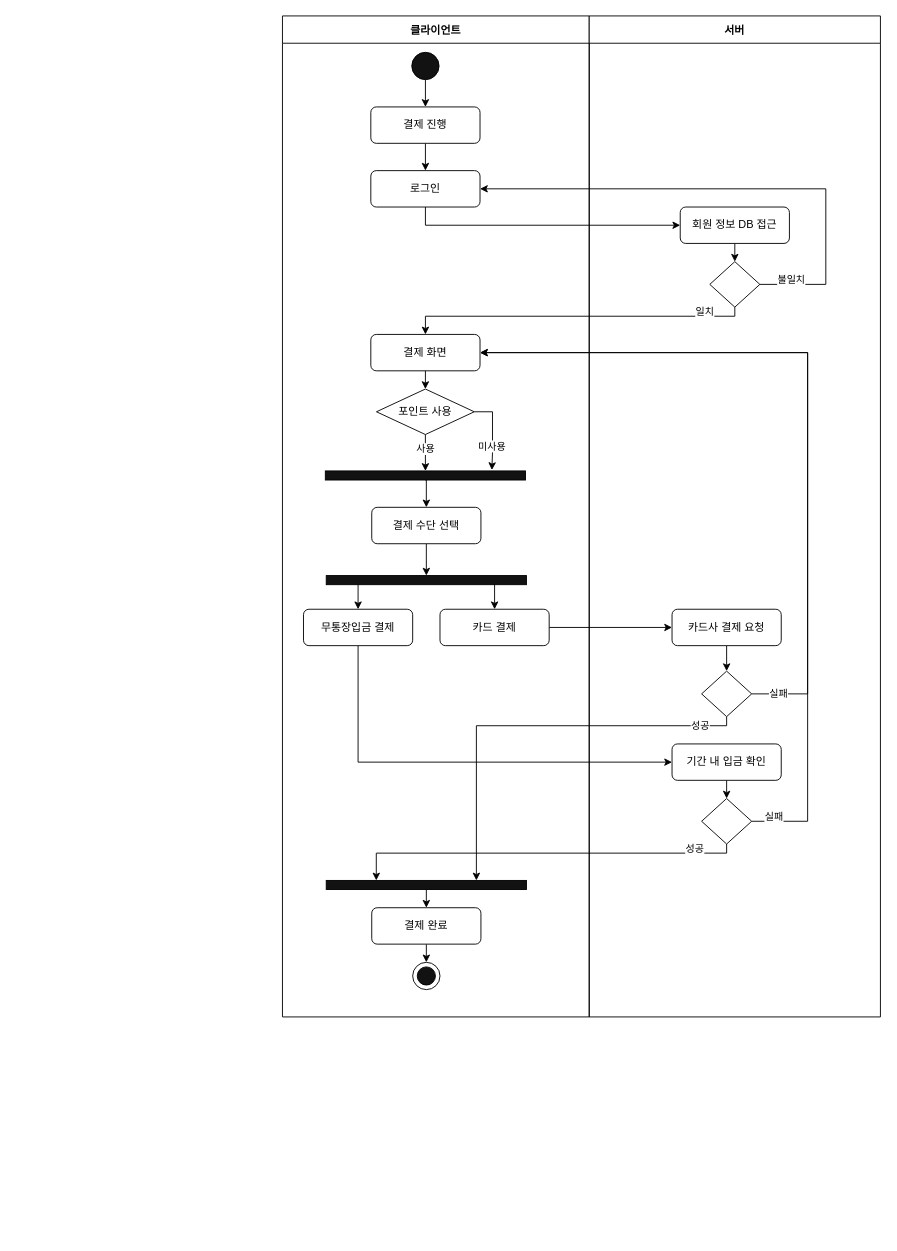
VegetableKim/- keeps this draw.io diagram as 활동다이어그램-결제.drawio. Above is the earlier version. Source tidied: cells renumbered, new cells numbered last; positions are measured from the earlier drawing's top-left corner, leaving out a move shared by most shapes. Both pictures are drawn from the tidied source at 91%, with x=0, y=0 at pixel (282, 15).
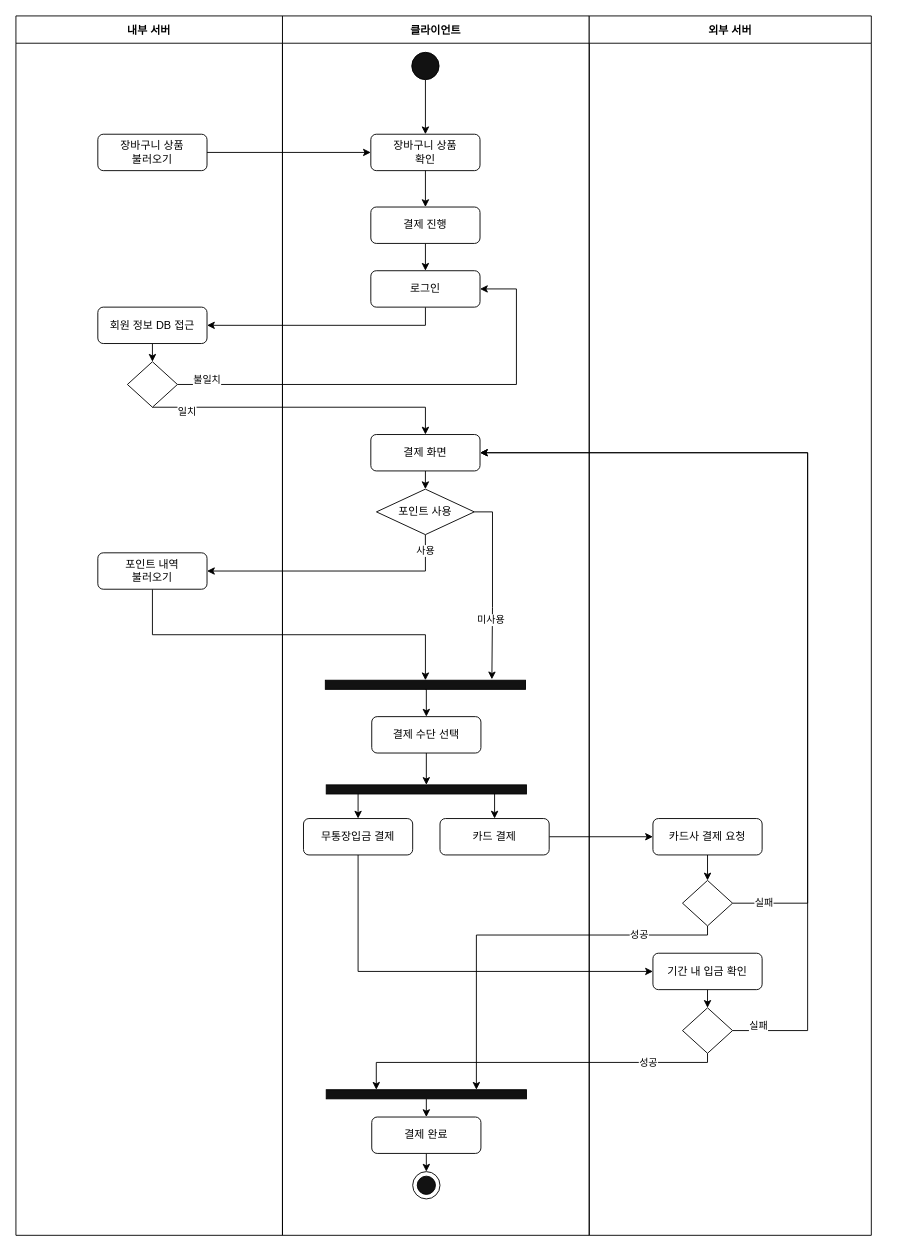
The same page after the edit.

Commit message:
활동다이어그램-결제.drawio 업데이트

Unchanged cells that the change refers to:
```xml
<mxCell id="3" style="ellipse;whiteSpace=wrap;html=1;fillColor=#121212;" parent="1" vertex="1">
  <mxGeometry x="142" y="40" width="30" height="30" as="geometry" />
</mxCell>
```

The edit, as a diff of the source:
```diff
@@
-    <mxCell id="2" style="edgeStyle=orthogonalEdgeStyle;rounded=0;jettySize=auto;html=1;exitX=0.5;exitY=1;exitDx=0;exitDy=0;entryX=0.5;entryY=0;entryDx=0;entryDy=0;" parent="1" edge="1" source="3" target="5">
-      <mxGeometry relative="1" as="geometry" />
-    </mxCell>
+    <mxCell id="47" style="edgeStyle=orthogonalEdgeStyle;rounded=0;jettySize=auto;html=1;exitX=0.5;exitY=1;exitDx=0;exitDy=0;entryX=0.5;entryY=0;entryDx=0;entryDy=0;" parent="1" edge="1" source="3" target="48">
+      <mxGeometry relative="1" as="geometry" />
+    </mxCell>
@@
     <mxCell id="5" value="결제 진행" style="rounded=1;whiteSpace=wrap;html=1;" parent="1" vertex="1">
-      <mxGeometry x="97" y="100" width="120" height="40" as="geometry" />
+      <mxGeometry x="97" y="210" width="120" height="40" as="geometry" />
     </mxCell>
-    <mxCell id="6" style="edgeStyle=orthogonalEdgeStyle;rounded=0;jettySize=auto;html=1;exitX=0.5;exitY=1;exitDx=0;exitDy=0;entryX=0;entryY=0.5;entryDx=0;entryDy=0;" parent="1" edge="1" source="7" target="9">
+    <mxCell id="6" style="edgeStyle=orthogonalEdgeStyle;rounded=0;jettySize=auto;html=1;exitX=0.5;exitY=1;exitDx=0;exitDy=0;entryX=1;entryY=0.5;entryDx=0;entryDy=0;" parent="1" edge="1" source="7" target="9">
       <mxGeometry relative="1" as="geometry" />
     </mxCell>
     <mxCell id="7" value="로그인" style="rounded=1;whiteSpace=wrap;html=1;" parent="1" vertex="1">
-      <mxGeometry x="97" y="170" width="120" height="40" as="geometry" />
+      <mxGeometry x="97" y="280" width="120" height="40" as="geometry" />
     </mxCell>
@@
     <mxCell id="9" value="회원 정보 DB 접근" style="rounded=1;whiteSpace=wrap;html=1;" parent="1" vertex="1">
-      <mxGeometry x="437" y="210" width="120" height="40" as="geometry" />
+      <mxGeometry x="-203" y="320" width="120" height="40" as="geometry" />
     </mxCell>
     <mxCell id="10" value="불일치" style="edgeStyle=orthogonalEdgeStyle;rounded=0;jettySize=auto;html=1;exitX=1;exitY=0.5;exitDx=0;exitDy=0;entryX=1;entryY=0.5;entryDx=0;entryDy=0;" parent="1" edge="1" source="12" target="7">
       <mxGeometry x="-0.88" y="5" relative="1" as="geometry">
         <Array as="points">
-          <mxPoint x="597" y="295" />
-          <mxPoint x="597" y="190" />
+          <mxPoint x="257" y="405" />
+          <mxPoint x="257" y="300" />
         </Array>
         <mxPoint x="1" as="offset" />
       </mxGeometry>
     </mxCell>
     <mxCell id="11" value="일치" style="edgeStyle=orthogonalEdgeStyle;rounded=0;jettySize=auto;html=1;exitX=0.5;exitY=1;exitDx=0;exitDy=0;entryX=0.5;entryY=0;entryDx=0;entryDy=0;" parent="1" edge="1" source="12" target="14">
       <mxGeometry x="-0.77" y="-5" relative="1" as="geometry">
         <Array as="points">
-          <mxPoint x="497" y="330" />
-          <mxPoint x="157" y="330" />
+          <mxPoint x="157" y="430" />
         </Array>
       </mxGeometry>
     </mxCell>
     <mxCell id="12" style="rhombus;whiteSpace=wrap;html=1;" parent="1" vertex="1">
-      <mxGeometry x="469.5" y="270" width="55" height="50" as="geometry" />
+      <mxGeometry x="-170.5" y="380" width="55" height="50" as="geometry" />
     </mxCell>
@@
     <mxCell id="14" value="결제 화면" style="rounded=1;whiteSpace=wrap;html=1;" parent="1" vertex="1">
-      <mxGeometry x="97" y="350" width="120" height="40" as="geometry" />
+      <mxGeometry x="97" y="460" width="120" height="40" as="geometry" />
     </mxCell>
@@
     <mxCell id="16" value="결제 수단 선택" style="rounded=1;whiteSpace=wrap;html=1;" parent="1" vertex="1">
-      <mxGeometry x="98" y="540" width="120" height="40" as="geometry" />
+      <mxGeometry x="98" y="770" width="120" height="40" as="geometry" />
     </mxCell>
@@
     <mxCell id="18" value="카드사 결제 요청" style="rounded=1;whiteSpace=wrap;html=1;" parent="1" vertex="1">
-      <mxGeometry x="428" y="652" width="120" height="40" as="geometry" />
+      <mxGeometry x="407" y="882" width="120" height="40" as="geometry" />
     </mxCell>
@@
     <mxCell id="20" value="카드 결제" style="rounded=1;whiteSpace=wrap;html=1;" parent="1" vertex="1">
-      <mxGeometry x="173" y="652" width="120" height="40" as="geometry" />
+      <mxGeometry x="173" y="882" width="120" height="40" as="geometry" />
     </mxCell>
@@
     <mxCell id="22" value="무통장입금 결제" style="rounded=1;whiteSpace=wrap;html=1;" parent="1" vertex="1">
-      <mxGeometry x="23" y="652" width="120" height="40" as="geometry" />
+      <mxGeometry x="23" y="882" width="120" height="40" as="geometry" />
     </mxCell>
     <mxCell id="23" value="실패" style="edgeStyle=orthogonalEdgeStyle;rounded=0;jettySize=auto;html=1;exitX=1;exitY=0.5;exitDx=0;exitDy=0;entryX=1;entryY=0.5;entryDx=0;entryDy=0;" parent="1" edge="1" source="25" target="14">
       <mxGeometry x="-0.93" relative="1" as="geometry">
         <Array as="points">
-          <mxPoint x="577" y="745" />
-          <mxPoint x="577" y="370" />
+          <mxPoint x="577" y="975" />
+          <mxPoint x="577" y="480" />
         </Array>
         <mxPoint x="1" as="offset" />
       </mxGeometry>
     </mxCell>
     <mxCell id="24" value="성공" style="edgeStyle=orthogonalEdgeStyle;rounded=0;jettySize=auto;html=1;exitX=0.5;exitY=1;exitDx=0;exitDy=0;entryX=0.75;entryY=0;entryDx=0;entryDy=0;" parent="1" edge="1" source="25" target="32">
-      <mxGeometry x="-0.83" relative="1" as="geometry">
+      <mxGeometry x="-0.61" relative="1" as="geometry">
         <Array as="points">
-          <mxPoint x="488" y="780" />
-          <mxPoint x="213" y="780" />
+          <mxPoint x="467" y="1010" />
+          <mxPoint x="213" y="1010" />
         </Array>
       </mxGeometry>
     </mxCell>
     <mxCell id="25" style="rhombus;whiteSpace=wrap;html=1;" parent="1" vertex="1">
-      <mxGeometry x="460.5" y="720" width="55" height="50" as="geometry" />
+      <mxGeometry x="439.5" y="950" width="55" height="50" as="geometry" />
     </mxCell>
     <mxCell id="26" style="edgeStyle=orthogonalEdgeStyle;rounded=0;jettySize=auto;html=1;exitX=0.25;exitY=1;exitDx=0;exitDy=0;entryX=0.5;entryY=0;entryDx=0;entryDy=0;" parent="1" edge="1" target="22">
       <mxGeometry relative="1" as="geometry">
-        <mxPoint x="103" y="617" as="sourcePoint" />
+        <mxPoint x="103" y="847" as="sourcePoint" />
         <Array as="points">
-          <mxPoint x="83" y="617" />
+          <mxPoint x="83" y="847" />
         </Array>
       </mxGeometry>
     </mxCell>
     <mxCell id="27" style="edgeStyle=orthogonalEdgeStyle;rounded=0;jettySize=auto;html=1;exitX=0.75;exitY=1;exitDx=0;exitDy=0;entryX=0.5;entryY=0;entryDx=0;entryDy=0;" parent="1" edge="1" target="20">
       <mxGeometry relative="1" as="geometry">
-        <mxPoint x="213" y="617" as="sourcePoint" />
+        <mxPoint x="213" y="847" as="sourcePoint" />
         <Array as="points">
-          <mxPoint x="233" y="617" />
+          <mxPoint x="233" y="847" />
         </Array>
       </mxGeometry>
     </mxCell>
     <mxCell id="28" style="rounded=0;whiteSpace=wrap;html=1;fillColor=#121212;" parent="1" vertex="1">
-      <mxGeometry x="48" y="615" width="220" height="10" as="geometry" />
+      <mxGeometry x="48" y="845" width="220" height="10" as="geometry" />
     </mxCell>
@@
     <mxCell id="30" value="기간 내 입금 확인" style="rounded=1;whiteSpace=wrap;html=1;" parent="1" vertex="1">
-      <mxGeometry x="428" y="800" width="120" height="40" as="geometry" />
+      <mxGeometry x="407" y="1030" width="120" height="40" as="geometry" />
     </mxCell>
@@
     <mxCell id="32" style="rounded=0;whiteSpace=wrap;html=1;fillColor=#121212;" parent="1" vertex="1">
-      <mxGeometry x="48" y="950" width="220" height="10" as="geometry" />
+      <mxGeometry x="48" y="1180" width="220" height="10" as="geometry" />
     </mxCell>
     <mxCell id="33" value="실패" style="edgeStyle=orthogonalEdgeStyle;rounded=0;jettySize=auto;html=1;exitX=1;exitY=0.5;exitDx=0;exitDy=0;entryX=1;entryY=0.5;entryDx=0;entryDy=0;" parent="1" edge="1" source="35" target="14">
       <mxGeometry x="-0.95" y="5" relative="1" as="geometry">
         <Array as="points">
-          <mxPoint x="577" y="885" />
-          <mxPoint x="577" y="370" />
+          <mxPoint x="577" y="1115" />
+          <mxPoint x="577" y="480" />
         </Array>
         <mxPoint x="1" as="offset" />
       </mxGeometry>
     </mxCell>
     <mxCell id="34" value="성공" style="edgeStyle=orthogonalEdgeStyle;rounded=0;jettySize=auto;html=1;exitX=0.5;exitY=1;exitDx=0;exitDy=0;entryX=0.25;entryY=0;entryDx=0;entryDy=0;" parent="1" edge="1" source="35" target="32">
-      <mxGeometry x="-0.79" y="-5" relative="1" as="geometry">
+      <mxGeometry x="-0.63" relative="1" as="geometry">
         <Array as="points">
-          <mxPoint x="488" y="920" />
-          <mxPoint x="103" y="920" />
+          <mxPoint x="467" y="1150" />
+          <mxPoint x="103" y="1150" />
         </Array>
       </mxGeometry>
     </mxCell>
     <mxCell id="35" style="rhombus;whiteSpace=wrap;html=1;" parent="1" vertex="1">
-      <mxGeometry x="460.5" y="860" width="55" height="50" as="geometry" />
+      <mxGeometry x="439.5" y="1090" width="55" height="50" as="geometry" />
     </mxCell>
@@
     <mxCell id="37" value="결제 완료" style="rounded=1;whiteSpace=wrap;html=1;" parent="1" vertex="1">
-      <mxGeometry x="98" y="980" width="120" height="40" as="geometry" />
+      <mxGeometry x="98" y="1210" width="120" height="40" as="geometry" />
     </mxCell>
     <mxCell id="38" style="ellipse;whiteSpace=wrap;html=1;" parent="1" vertex="1">
-      <mxGeometry x="143" y="1040" width="30" height="30" as="geometry" />
+      <mxGeometry x="143" y="1270" width="30" height="30" as="geometry" />
     </mxCell>
     <mxCell id="39" style="ellipse;whiteSpace=wrap;html=1;fillColor=#121212;" parent="1" vertex="1">
-      <mxGeometry x="148" y="1045" width="20" height="20" as="geometry" />
+      <mxGeometry x="148" y="1275" width="20" height="20" as="geometry" />
     </mxCell>
-    <mxCell id="40" value="사용" style="edgeStyle=orthogonalEdgeStyle;rounded=0;jettySize=auto;html=1;exitX=0.5;exitY=1;exitDx=0;exitDy=0;entryX=0.5;entryY=0;entryDx=0;entryDy=0;" parent="1" edge="1" source="41" target="43">
-      <mxGeometry x="-0.2" relative="1" as="geometry" />
+    <mxCell id="40" value="사용" style="edgeStyle=orthogonalEdgeStyle;rounded=0;jettySize=auto;html=1;exitX=0.5;exitY=1;exitDx=0;exitDy=0;entryX=1;entryY=0.5;entryDx=0;entryDy=0;" parent="1" edge="1" source="41" target="50">
+      <mxGeometry x="-0.87" relative="1" as="geometry" />
     </mxCell>
     <mxCell id="41" value="포인트 사용" style="rhombus;whiteSpace=wrap;html=1;" parent="1" vertex="1">
-      <mxGeometry x="103.2" y="410" width="107.5" height="50" as="geometry" />
+      <mxGeometry x="103.2" y="520" width="107.5" height="50" as="geometry" />
     </mxCell>
@@
     <mxCell id="43" style="rounded=0;whiteSpace=wrap;html=1;fillColor=#121212;" parent="1" vertex="1">
-      <mxGeometry x="47" y="500" width="220" height="10" as="geometry" />
+      <mxGeometry x="47" y="730" width="220" height="10" as="geometry" />
     </mxCell>
@@
     <mxCell id="45" value="클라이언트" style="swimlane;startSize=30;" parent="1" vertex="1">
-      <mxGeometry x="-0.1" width="337.1" height="1100" as="geometry" />
+      <mxGeometry x="-0.1" width="337.1" height="1340" as="geometry" />
     </mxCell>
+    <mxCell id="48" value="장바구니 상품&lt;br&gt;확인" style="rounded=1;whiteSpace=wrap;html=1;" parent="45" vertex="1">
+      <mxGeometry x="97.1" y="130" width="120" height="40" as="geometry" />
+    </mxCell>
-    <mxCell id="46" value="서버" style="swimlane;startSize=30;" parent="1" vertex="1">
-      <mxGeometry x="337" width="320" height="1100" as="geometry" />
+    <mxCell id="46" value="외부 서버" style="swimlane;startSize=30;" parent="1" vertex="1">
+      <mxGeometry x="337" width="310" height="1340" as="geometry" />
     </mxCell>
+    <mxCell id="49" style="edgeStyle=orthogonalEdgeStyle;rounded=0;jettySize=auto;html=1;exitX=0.5;exitY=1;exitDx=0;exitDy=0;entryX=0.5;entryY=0;entryDx=0;entryDy=0;" parent="1" edge="1" source="50" target="43">
+      <mxGeometry relative="1" as="geometry" />
+    </mxCell>
+    <mxCell id="50" value="포인트 내역&lt;br&gt;불러오기" style="rounded=1;whiteSpace=wrap;html=1;" parent="1" vertex="1">
+      <mxGeometry x="-203" y="590" width="120" height="40" as="geometry" />
+    </mxCell>
+    <mxCell id="51" style="edgeStyle=orthogonalEdgeStyle;rounded=0;jettySize=auto;html=1;exitX=1;exitY=0.5;exitDx=0;exitDy=0;entryX=0;entryY=0.5;entryDx=0;entryDy=0;" parent="1" edge="1" source="52" target="48">
+      <mxGeometry relative="1" as="geometry" />
+    </mxCell>
+    <mxCell id="52" value="장바구니 상품&lt;br&gt;불러오기" style="rounded=1;whiteSpace=wrap;html=1;" parent="1" vertex="1">
+      <mxGeometry x="-203" y="130" width="120" height="40" as="geometry" />
+    </mxCell>
+    <mxCell id="53" style="edgeStyle=orthogonalEdgeStyle;rounded=0;jettySize=auto;html=1;exitX=0.5;exitY=1;exitDx=0;exitDy=0;entryX=0.5;entryY=0;entryDx=0;entryDy=0;" parent="1" edge="1" source="48" target="5">
+      <mxGeometry relative="1" as="geometry" />
+    </mxCell>
+    <mxCell id="54" value="내부 서버" style="swimlane;startSize=30;" parent="1" vertex="1">
+      <mxGeometry x="-293" width="292.9" height="1340" as="geometry" />
+    </mxCell>
```
